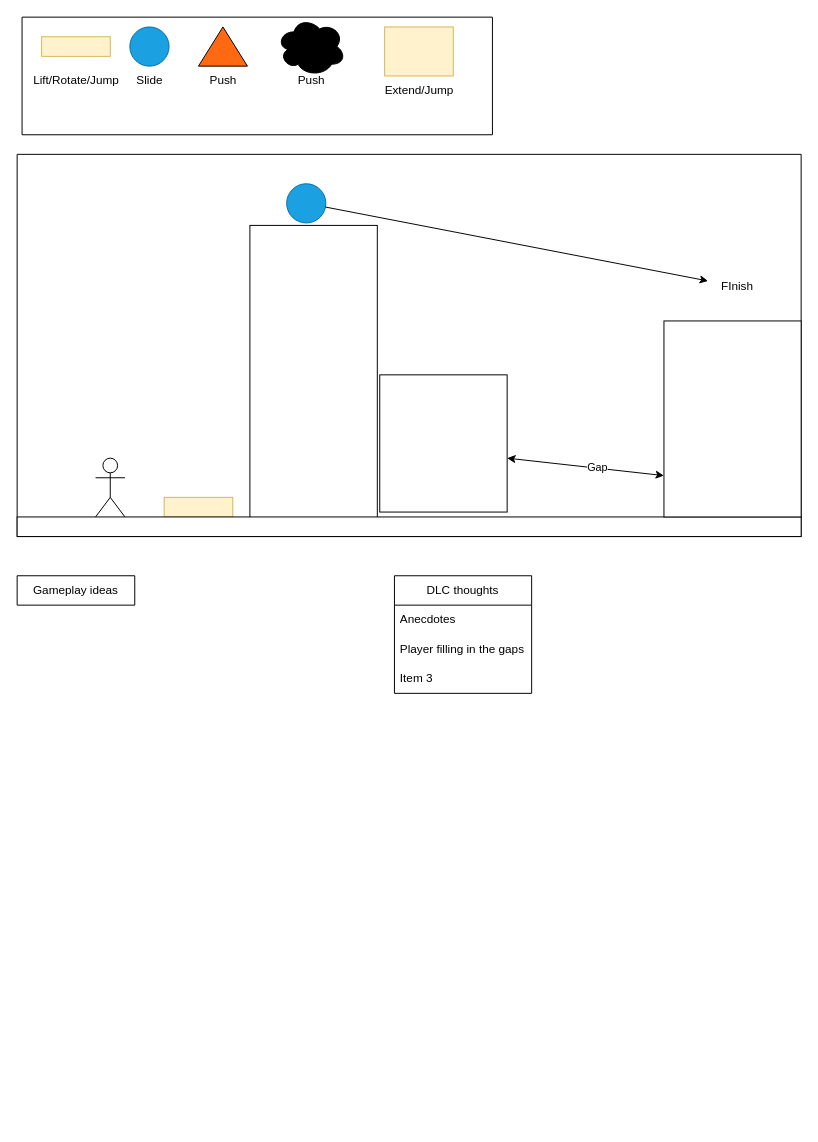
This is page "Page-1" (1 of 2) of Plans.drawio from HasinJ/Elements-Platformer, a draw.io file, before an edit. Source tidied: cells renumbered, new cells numbered last; positions are measured from the earlier drawing's top-left corner, leaving out a move shared by most shapes. Both pictures are drawn from the tidied source at 98%, with x=0, y=0 at pixel (17, 17).
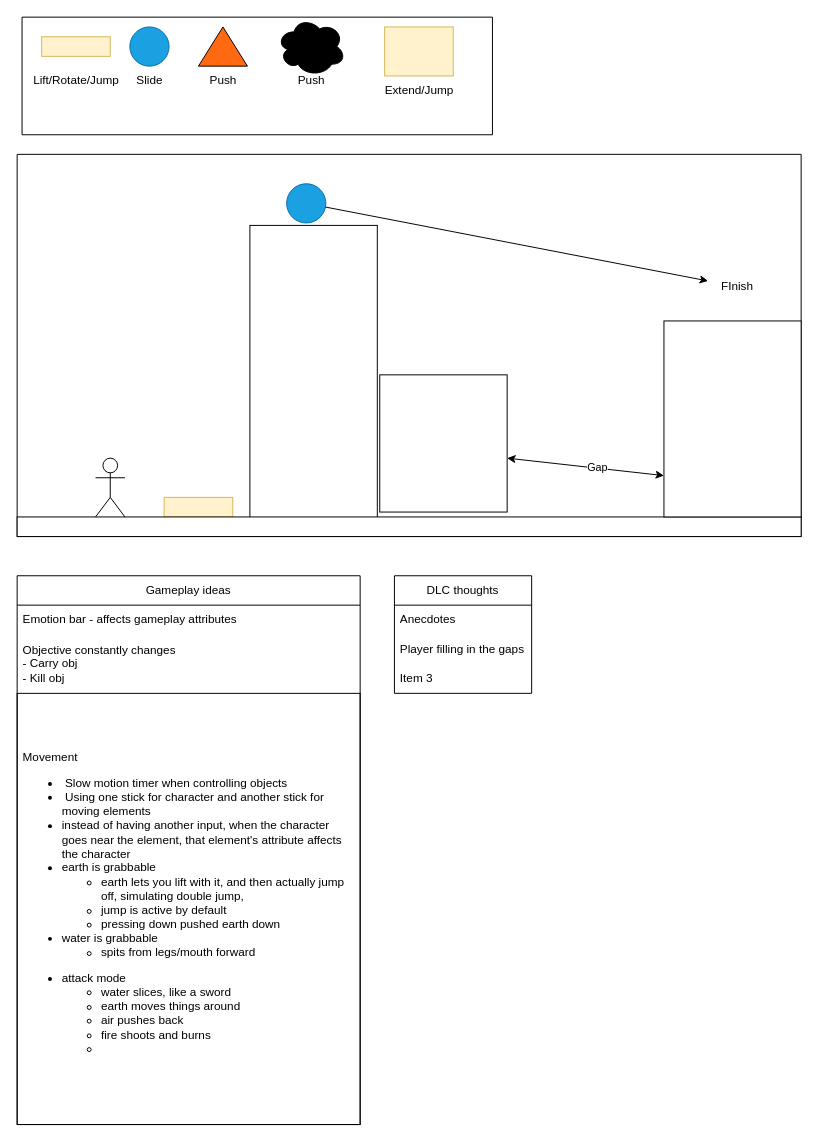
The same diagram, later.

Commit message:
added to movement ideas

What changed in the source:
```diff
@@
-    <mxCell id="6" value="Gameplay ideas" style="swimlane;fontStyle=0;horizontal=1;startSize=30;whiteSpace=wrap;html=1;" parent="1" vertex="1" collapsed="1">
-      <mxGeometry y="570" width="120" height="30" as="geometry" />
+    <mxCell id="6" value="Gameplay ideas" style="swimlane;fontStyle=0;horizontal=1;startSize=30;whiteSpace=wrap;html=1;" parent="1" vertex="1">
+      <mxGeometry y="570" width="350" height="560" as="geometry" />
     </mxCell>
+    <mxCell id="30" value="Emotion bar - affects gameplay attributes" style="text;strokeColor=none;fillColor=none;align=left;verticalAlign=middle;spacingLeft=4;spacingRight=4;overflow=hidden;whiteSpace=wrap;html=1;" parent="6" vertex="1">
+      <mxGeometry y="30" width="350" height="30" as="geometry" />
+    </mxCell>
+    <mxCell id="31" value="Objective constantly changes&lt;br&gt;&lt;div&gt;- Carry obj&lt;/div&gt;&lt;div&gt;- Kill obj&lt;br&gt;&lt;/div&gt;" style="text;strokeColor=none;fillColor=none;align=left;verticalAlign=middle;spacingLeft=4;spacingRight=4;overflow=hidden;whiteSpace=wrap;html=1;" parent="6" vertex="1">
+      <mxGeometry y="60" width="350" height="60" as="geometry" />
+    </mxCell>
+    <mxCell id="32" value="&lt;div&gt;Movement&lt;/div&gt;&lt;ul&gt;&lt;li&gt;&amp;nbsp;Slow motion timer when controlling objects&lt;/li&gt;&lt;li&gt;&amp;nbsp;Using one stick for character and another stick for moving elements&lt;/li&gt;&lt;li&gt;instead of having another input, when the character goes near the element, that element's attribute affects the character&lt;/li&gt;&lt;li&gt;earth is grabbable&lt;/li&gt;&lt;ul&gt;&lt;li&gt;earth lets you lift with it, and then actually jump off, simulating double jump,&amp;nbsp;&lt;/li&gt;&lt;li&gt;jump is active by default&lt;/li&gt;&lt;li&gt;pressing down pushed earth down&lt;/li&gt;&lt;/ul&gt;&lt;li&gt;water is grabbable&lt;/li&gt;&lt;ul&gt;&lt;li&gt;spits from legs/mouth forward&lt;/li&gt;&lt;/ul&gt;&lt;/ul&gt;&lt;ul&gt;&lt;li&gt;attack mode&lt;/li&gt;&lt;ul&gt;&lt;li&gt;water slices, like a sword&lt;/li&gt;&lt;li&gt;earth moves things around&lt;/li&gt;&lt;li&gt;air pushes back&lt;/li&gt;&lt;li&gt;fire shoots and burns&lt;/li&gt;&lt;li&gt;&lt;br&gt;&lt;/li&gt;&lt;/ul&gt;&lt;/ul&gt;" style="text;strokeColor=default;fillColor=none;align=left;verticalAlign=middle;spacingLeft=4;spacingRight=4;overflow=hidden;whiteSpace=wrap;html=1;" parent="6" vertex="1">
+      <mxGeometry y="120" width="350" height="440" as="geometry" />
+    </mxCell>
```
